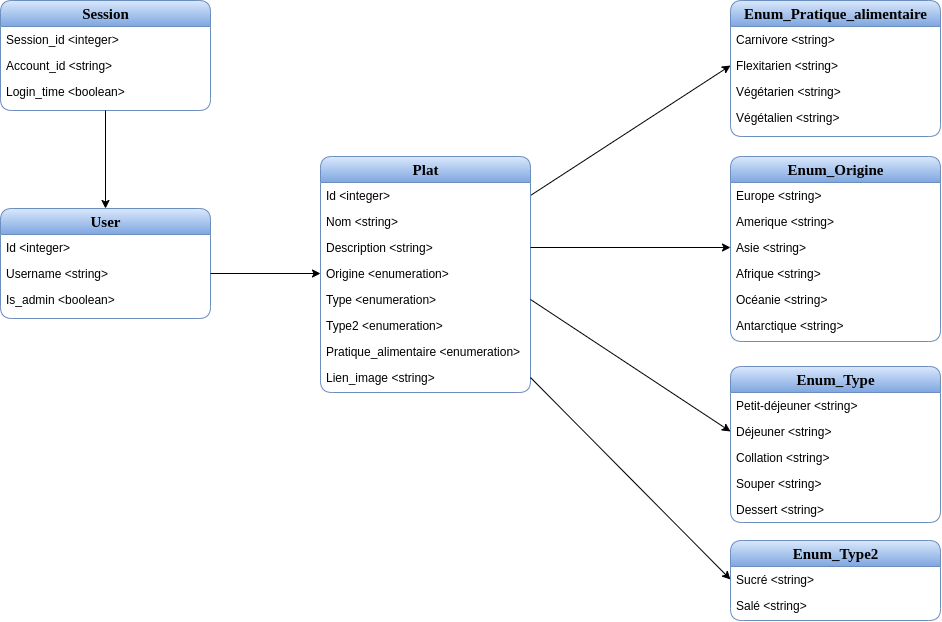
This is Diag_BDD_Tricatel.png from Fromont-L/APIGRDFEnergieConseils, a draw.io export, as it was before one commit. Source tidied: cells renumbered, new cells last; positions are measured from the earlier drawing's top-left corner, leaving out a move shared by most shapes.
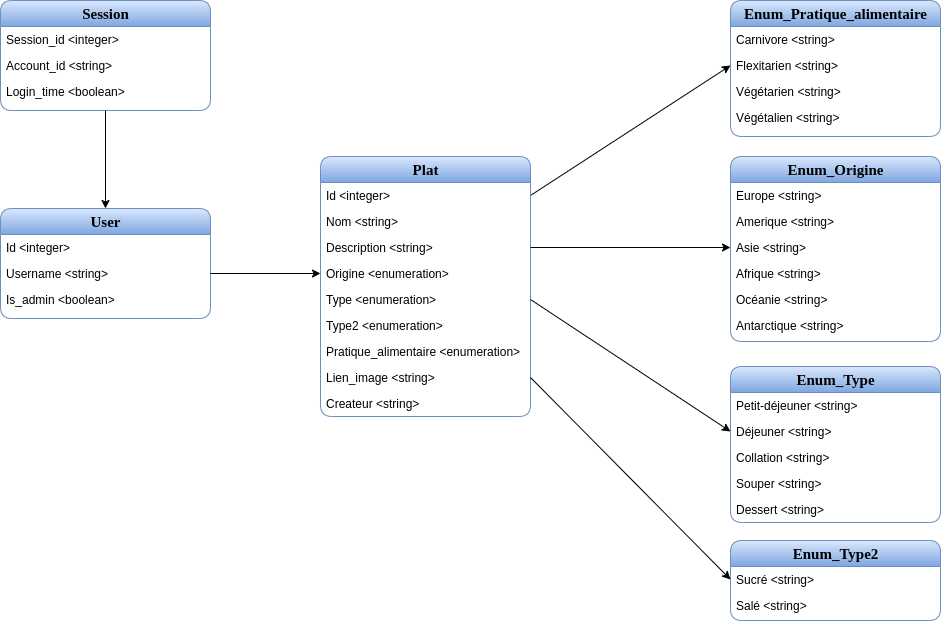
After the commit.

What changed in the source:
```diff
@@ -6,7 +6,7 @@
       <mxGeometry relative="1" as="geometry" />
     </mxCell>
     <mxCell id="3" value="&lt;b&gt;&lt;font style=&quot;font-size: 15px&quot;&gt;Plat&lt;/font&gt;&lt;/b&gt;" style="swimlane;html=1;fontStyle=0;horizontal=1;startSize=26;fillColor=#dae8fc;swimlaneFillColor=#ffffff;align=center;rounded=1;shadow=0;comic=0;labelBackgroundColor=none;strokeWidth=1;fontFamily=Verdana;fontSize=12;strokeColor=#6c8ebf;gradientColor=#7ea6e0;" parent="1" vertex="1">
-      <mxGeometry x="320" y="156" width="210" height="236" as="geometry" />
+      <mxGeometry x="320" y="156" width="210" height="260" as="geometry" />
     </mxCell>
     <mxCell id="4" value="Id &amp;lt;integer&amp;gt;" style="text;html=1;spacingLeft=4;spacingRight=4;whiteSpace=wrap;overflow=hidden;points=[[0,0.5],[1,0.5]];portConstraint=eastwest;" parent="3" vertex="1">
       <mxGeometry y="26" width="210" height="26" as="geometry" />
@@ -32,6 +32,9 @@
     <mxCell id="11" value="Lien_image &amp;lt;string&amp;gt;" style="text;html=1;strokeColor=none;fillColor=none;spacingLeft=4;spacingRight=4;whiteSpace=wrap;overflow=hidden;points=[[0,0.5],[1,0.5]];portConstraint=eastwest;" parent="3" vertex="1">
       <mxGeometry y="208" width="210" height="26" as="geometry" />
     </mxCell>
+    <mxCell id="46" value="Createur &amp;lt;string&amp;gt;" style="text;html=1;strokeColor=none;fillColor=none;spacingLeft=4;spacingRight=4;whiteSpace=wrap;overflow=hidden;" parent="3" vertex="1">
+      <mxGeometry y="234" width="210" height="26" as="geometry" />
+    </mxCell>
     <mxCell id="12" value="&lt;b&gt;&lt;font style=&quot;font-size: 15px&quot;&gt;Enum_Pratique_alimentaire&lt;/font&gt;&lt;/b&gt;" style="swimlane;html=1;fontStyle=0;horizontal=1;startSize=26;fillColor=#dae8fc;swimlaneFillColor=#ffffff;align=center;rounded=1;shadow=0;comic=0;labelBackgroundColor=none;strokeWidth=1;fontFamily=Verdana;fontSize=12;strokeColor=#6c8ebf;gradientColor=#7ea6e0;" parent="1" vertex="1">
       <mxGeometry x="730" width="210" height="136" as="geometry" />
     </mxCell>
```
